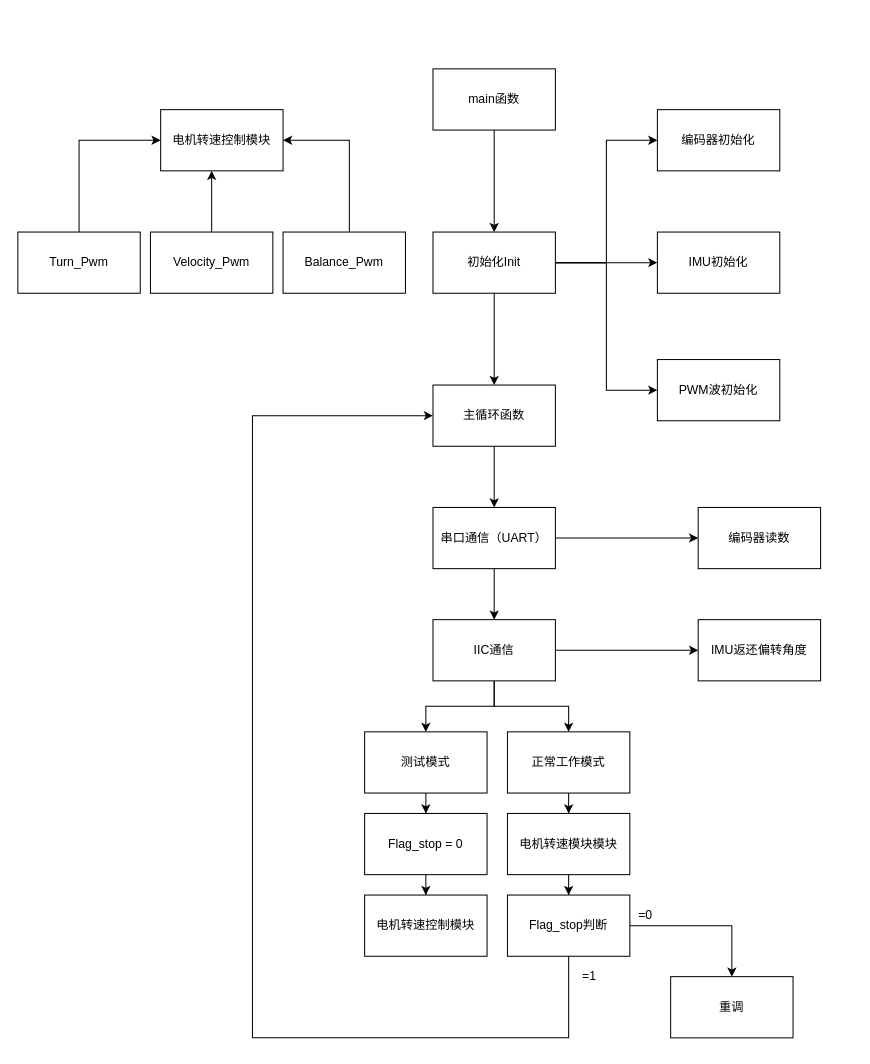
Above: Untitled Diagram.drawio in GUO-RUI-China/Personal-learning-collection (draw.io), before the change. Source tidied: cells renumbered, new cells numbered last; positions are measured from the earlier drawing's top-left corner, leaving out a move shared by most shapes. Both pictures are drawn from the tidied source at 102%, with x=0, y=0 at pixel (17, 68).
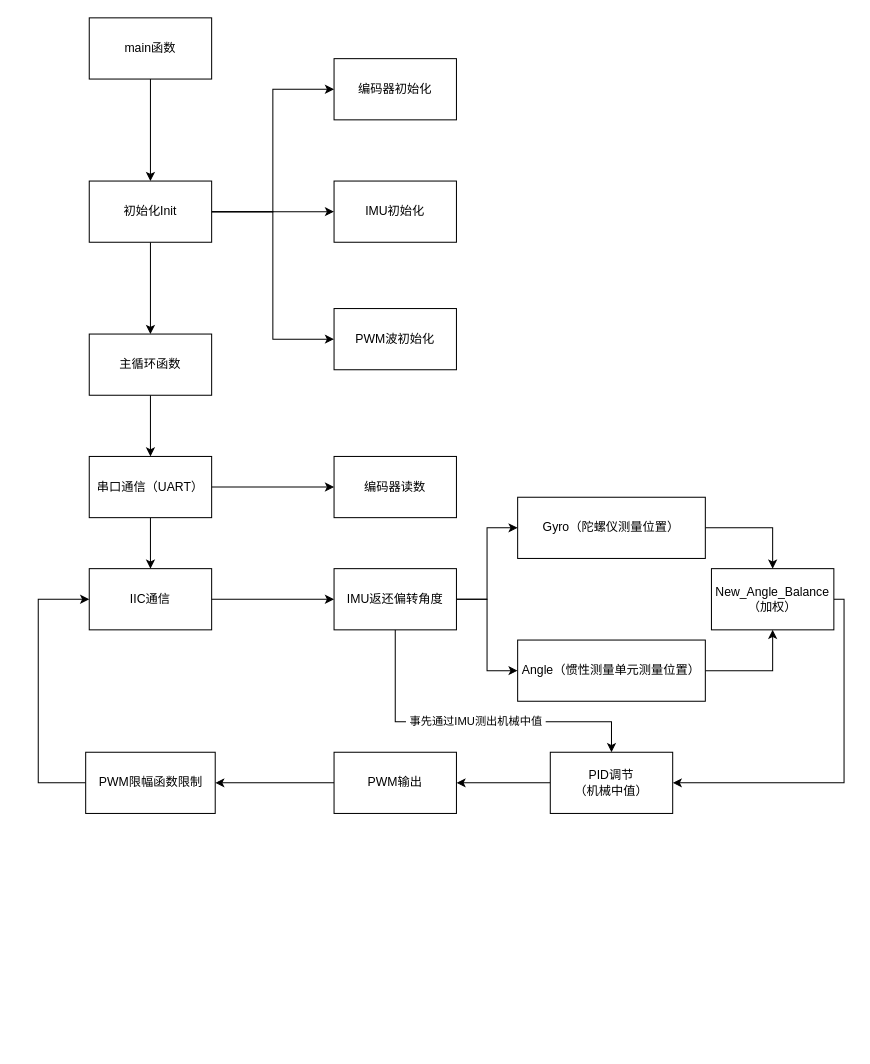
After the change.

Change to the diagram source:
```diff
@@
     <mxCell id="3" value="main函数" style="rounded=0;whiteSpace=wrap;html=1;" parent="1" vertex="1">
-      <mxGeometry x="407" width="120" height="60" as="geometry" />
+      <mxGeometry x="70" y="-50" width="120" height="60" as="geometry" />
     </mxCell>
@@
     <mxCell id="5" value="主循环函数" style="rounded=0;whiteSpace=wrap;html=1;" parent="1" vertex="1">
-      <mxGeometry x="407" y="310" width="120" height="60" as="geometry" />
+      <mxGeometry x="70" y="260" width="120" height="60" as="geometry" />
     </mxCell>
@@
     <mxCell id="8" style="edgeStyle=orthogonalEdgeStyle;rounded=0;jettySize=auto;html=1;exitX=1;exitY=0.5;exitDx=0;exitDy=0;entryX=0;entryY=0.5;entryDx=0;entryDy=0;" parent="1" edge="1" source="10" target="12">
       <mxGeometry relative="1" as="geometry">
         <Array as="points">
-          <mxPoint x="577" y="190" />
-          <mxPoint x="577" y="70" />
+          <mxPoint x="250" y="140" />
+          <mxPoint x="250" y="20" />
         </Array>
       </mxGeometry>
     </mxCell>
@@
     <mxCell id="10" value="初始化Init" style="rounded=0;whiteSpace=wrap;html=1;" parent="1" vertex="1">
-      <mxGeometry x="407" y="160" width="120" height="60" as="geometry" />
+      <mxGeometry x="70" y="110" width="120" height="60" as="geometry" />
     </mxCell>
     <mxCell id="11" value="IMU初始化" style="rounded=0;whiteSpace=wrap;html=1;" parent="1" vertex="1">
-      <mxGeometry x="627" y="160" width="120" height="60" as="geometry" />
+      <mxGeometry x="310" y="110" width="120" height="60" as="geometry" />
     </mxCell>
     <mxCell id="12" value="编码器初始化" style="rounded=0;whiteSpace=wrap;html=1;" parent="1" vertex="1">
-      <mxGeometry x="627" y="40" width="120" height="60" as="geometry" />
+      <mxGeometry x="310" y="-10" width="120" height="60" as="geometry" />
     </mxCell>
     <mxCell id="13" value="PWM波初始化" style="rounded=0;whiteSpace=wrap;html=1;" parent="1" vertex="1">
-      <mxGeometry x="627" y="285" width="120" height="60" as="geometry" />
+      <mxGeometry x="310" y="235" width="120" height="60" as="geometry" />
     </mxCell>
@@
     <mxCell id="16" value="串口通信（UART）" style="rounded=0;whiteSpace=wrap;html=1;" parent="1" vertex="1">
-      <mxGeometry x="407" y="430" width="120" height="60" as="geometry" />
+      <mxGeometry x="70" y="380" width="120" height="60" as="geometry" />
     </mxCell>
     <mxCell id="17" value="编码器读数" style="rounded=0;whiteSpace=wrap;html=1;" parent="1" vertex="1">
-      <mxGeometry x="667" y="430" width="120" height="60" as="geometry" />
+      <mxGeometry x="310" y="380" width="120" height="60" as="geometry" />
     </mxCell>
@@
-    <mxCell id="19" style="edgeStyle=orthogonalEdgeStyle;rounded=0;jettySize=auto;html=1;entryX=0.5;entryY=0;entryDx=0;entryDy=0;exitX=0.5;exitY=1;exitDx=0;exitDy=0;" parent="1" edge="1" source="21" target="24">
-      <mxGeometry relative="1" as="geometry" />
-    </mxCell>
-    <mxCell id="20" style="edgeStyle=orthogonalEdgeStyle;rounded=0;jettySize=auto;html=1;" parent="1" edge="1" source="21" target="26">
-      <mxGeometry relative="1" as="geometry" />
-    </mxCell>
     <mxCell id="21" value="IIC通信" style="rounded=0;whiteSpace=wrap;html=1;" parent="1" vertex="1">
-      <mxGeometry x="407" y="540" width="120" height="60" as="geometry" />
+      <mxGeometry x="70" y="490" width="120" height="60" as="geometry" />
     </mxCell>
+    <mxCell id="45" style="edgeStyle=orthogonalEdgeStyle;rounded=0;jettySize=auto;html=1;entryX=0;entryY=0.5;entryDx=0;entryDy=0;" parent="1" edge="1" source="22" target="50">
+      <mxGeometry relative="1" as="geometry" />
+    </mxCell>
+    <mxCell id="46" style="edgeStyle=orthogonalEdgeStyle;rounded=0;jettySize=auto;html=1;entryX=0;entryY=0.5;entryDx=0;entryDy=0;" parent="1" edge="1" source="22" target="52">
+      <mxGeometry relative="1" as="geometry" />
+    </mxCell>
+    <mxCell id="47" style="edgeStyle=orthogonalEdgeStyle;rounded=0;jettySize=auto;html=1;entryX=0.5;entryY=0;entryDx=0;entryDy=0;" parent="1" edge="1" source="22" target="56">
+      <mxGeometry relative="1" as="geometry">
+        <Array as="points">
+          <mxPoint x="370" y="640" />
+          <mxPoint x="582" y="640" />
+        </Array>
+      </mxGeometry>
+    </mxCell>
+    <mxCell id="48" value="&amp;nbsp;事先通过IMU测出机械中值&amp;nbsp;" style="edgeLabel;html=1;align=center;verticalAlign=middle;" parent="47" vertex="1">
+      <mxGeometry x="0.01" y="1" relative="1" as="geometry" />
+    </mxCell>
     <mxCell id="22" value="IMU返还偏转角度" style="rounded=0;whiteSpace=wrap;html=1;" parent="1" vertex="1">
-      <mxGeometry x="667" y="540" width="120" height="60" as="geometry" />
+      <mxGeometry x="310" y="490" width="120" height="60" as="geometry" />
     </mxCell>
-    <mxCell id="23" style="edgeStyle=orthogonalEdgeStyle;rounded=0;jettySize=auto;html=1;entryX=0.5;entryY=0;entryDx=0;entryDy=0;" parent="1" edge="1" source="24" target="37">
-      <mxGeometry relative="1" as="geometry" />
-    </mxCell>
-    <mxCell id="24" value="测试模式" style="rounded=0;whiteSpace=wrap;html=1;" parent="1" vertex="1">
-      <mxGeometry x="340" y="650" width="120" height="60" as="geometry" />
-    </mxCell>
-    <mxCell id="25" style="edgeStyle=orthogonalEdgeStyle;rounded=0;jettySize=auto;html=1;" parent="1" edge="1" source="26" target="35">
-      <mxGeometry relative="1" as="geometry" />
-    </mxCell>
-    <mxCell id="26" value="正常工作模式" style="rounded=0;whiteSpace=wrap;html=1;" parent="1" vertex="1">
-      <mxGeometry x="480" y="650" width="120" height="60" as="geometry" />
-    </mxCell>
-    <mxCell id="27" value="电机转速控制模块" style="rounded=0;whiteSpace=wrap;html=1;" parent="1" vertex="1">
-      <mxGeometry x="140" y="40" width="120" height="60" as="geometry" />
-    </mxCell>
-    <mxCell id="28" style="edgeStyle=orthogonalEdgeStyle;rounded=0;jettySize=auto;html=1;entryX=1;entryY=0.5;entryDx=0;entryDy=0;" parent="1" edge="1" source="29" target="27">
-      <mxGeometry relative="1" as="geometry">
-        <Array as="points">
-          <mxPoint x="325" y="70" />
-        </Array>
-      </mxGeometry>
-    </mxCell>
-    <mxCell id="29" value="Balance_Pwm" style="rounded=0;whiteSpace=wrap;html=1;" parent="1" vertex="1">
-      <mxGeometry x="260" y="160" width="120" height="60" as="geometry" />
-    </mxCell>
-    <mxCell id="30" style="edgeStyle=orthogonalEdgeStyle;rounded=0;jettySize=auto;html=1;" parent="1" edge="1" source="31" target="27">
-      <mxGeometry relative="1" as="geometry">
-        <Array as="points">
-          <mxPoint x="190" y="120" />
-          <mxPoint x="190" y="120" />
-        </Array>
-      </mxGeometry>
-    </mxCell>
-    <mxCell id="31" value="Velocity_Pwm" style="rounded=0;whiteSpace=wrap;html=1;" parent="1" vertex="1">
-      <mxGeometry x="130" y="160" width="120" height="60" as="geometry" />
-    </mxCell>
-    <mxCell id="32" style="edgeStyle=orthogonalEdgeStyle;rounded=0;jettySize=auto;html=1;entryX=0;entryY=0.5;entryDx=0;entryDy=0;" parent="1" edge="1" source="33" target="27">
-      <mxGeometry relative="1" as="geometry">
-        <Array as="points">
-          <mxPoint x="60" y="70" />
-        </Array>
-      </mxGeometry>
-    </mxCell>
-    <mxCell id="33" value="Turn_Pwm" style="rounded=0;whiteSpace=wrap;html=1;" parent="1" vertex="1">
-      <mxGeometry y="160" width="120" height="60" as="geometry" />
-    </mxCell>
-    <mxCell id="34" style="edgeStyle=orthogonalEdgeStyle;rounded=0;jettySize=auto;html=1;" parent="1" edge="1" source="35" target="41">
-      <mxGeometry relative="1" as="geometry" />
-    </mxCell>
-    <mxCell id="35" value="电机转速模块模块" style="rounded=0;whiteSpace=wrap;html=1;" parent="1" vertex="1">
-      <mxGeometry x="480" y="730" width="120" height="60" as="geometry" />
-    </mxCell>
-    <mxCell id="36" style="edgeStyle=orthogonalEdgeStyle;rounded=0;jettySize=auto;html=1;" parent="1" edge="1" source="37" target="38">
-      <mxGeometry relative="1" as="geometry" />
-    </mxCell>
-    <mxCell id="37" value="Flag_stop = 0" style="rounded=0;whiteSpace=wrap;html=1;" parent="1" vertex="1">
-      <mxGeometry x="340" y="730" width="120" height="60" as="geometry" />
-    </mxCell>
-    <mxCell id="38" value="电机转速控制模块" style="rounded=0;whiteSpace=wrap;html=1;" parent="1" vertex="1">
-      <mxGeometry x="340" y="810" width="120" height="60" as="geometry" />
-    </mxCell>
-    <mxCell id="39" style="edgeStyle=orthogonalEdgeStyle;rounded=0;jettySize=auto;html=1;entryX=0;entryY=0.5;entryDx=0;entryDy=0;" parent="1" edge="1" source="41" target="5">
-      <mxGeometry relative="1" as="geometry">
-        <Array as="points">
-          <mxPoint x="540" y="950" />
-          <mxPoint x="230" y="950" />
-          <mxPoint x="230" y="340" />
-        </Array>
-      </mxGeometry>
-    </mxCell>
-    <mxCell id="40" style="edgeStyle=orthogonalEdgeStyle;rounded=0;jettySize=auto;html=1;" parent="1" edge="1" source="41" target="43">
-      <mxGeometry relative="1" as="geometry" />
-    </mxCell>
-    <mxCell id="41" value="Flag_stop判断" style="rounded=0;whiteSpace=wrap;html=1;" parent="1" vertex="1">
-      <mxGeometry x="480" y="810" width="120" height="60" as="geometry" />
-    </mxCell>
-    <mxCell id="42" value="=0" style="text;html=1;align=center;verticalAlign=middle;" parent="1" vertex="1">
-      <mxGeometry x="600" y="820" width="30" height="20" as="geometry" />
-    </mxCell>
-    <mxCell id="43" value="重调" style="rounded=0;whiteSpace=wrap;html=1;" parent="1" vertex="1">
-      <mxGeometry x="640" y="890" width="120" height="60" as="geometry" />
-    </mxCell>
-    <mxCell id="44" value="=1" style="text;html=1;align=center;verticalAlign=middle;" parent="1" vertex="1">
-      <mxGeometry x="545" y="880" width="30" height="20" as="geometry" />
-    </mxCell>
+    <mxCell id="49" style="edgeStyle=orthogonalEdgeStyle;rounded=0;jettySize=auto;html=1;entryX=0.5;entryY=0;entryDx=0;entryDy=0;" parent="1" edge="1" source="50" target="54">
+      <mxGeometry relative="1" as="geometry" />
+    </mxCell>
+    <mxCell id="50" value="Gyro（陀螺仪测量位置）" style="rounded=0;whiteSpace=wrap;html=1;imageWidth=24;" parent="1" vertex="1">
+      <mxGeometry x="490" y="420" width="184" height="60" as="geometry" />
+    </mxCell>
+    <mxCell id="51" style="edgeStyle=orthogonalEdgeStyle;rounded=0;jettySize=auto;html=1;entryX=0.5;entryY=1;entryDx=0;entryDy=0;" parent="1" edge="1" source="52" target="54">
+      <mxGeometry relative="1" as="geometry" />
+    </mxCell>
+    <mxCell id="52" value="Angle（惯性测量单元测量位置）" style="rounded=0;whiteSpace=wrap;html=1;" parent="1" vertex="1">
+      <mxGeometry x="490" y="560" width="184" height="60" as="geometry" />
+    </mxCell>
+    <mxCell id="53" style="edgeStyle=orthogonalEdgeStyle;rounded=0;jettySize=auto;html=1;entryX=1;entryY=0.5;entryDx=0;entryDy=0;" parent="1" edge="1" source="54" target="56">
+      <mxGeometry relative="1" as="geometry">
+        <Array as="points">
+          <mxPoint x="810" y="520" />
+          <mxPoint x="810" y="700" />
+        </Array>
+      </mxGeometry>
+    </mxCell>
+    <mxCell id="54" value="New_Angle_Balance&lt;br&gt;（加权）" style="rounded=0;whiteSpace=wrap;html=1;" parent="1" vertex="1">
+      <mxGeometry x="680" y="490" width="120" height="60" as="geometry" />
+    </mxCell>
+    <mxCell id="55" style="edgeStyle=orthogonalEdgeStyle;rounded=0;jettySize=auto;html=1;entryX=1;entryY=0.5;entryDx=0;entryDy=0;" parent="1" edge="1" source="56" target="60">
+      <mxGeometry relative="1" as="geometry" />
+    </mxCell>
+    <mxCell id="56" value="PID调节&lt;br&gt;（机械中值）" style="rounded=0;whiteSpace=wrap;html=1;" parent="1" vertex="1">
+      <mxGeometry x="522" y="670" width="120" height="60" as="geometry" />
+    </mxCell>
+    <mxCell id="57" style="edgeStyle=orthogonalEdgeStyle;rounded=0;jettySize=auto;html=1;entryX=0;entryY=0.5;entryDx=0;entryDy=0;" parent="1" edge="1" source="58" target="21">
+      <mxGeometry relative="1" as="geometry">
+        <Array as="points">
+          <mxPoint x="20" y="700" />
+          <mxPoint x="20" y="520" />
+        </Array>
+      </mxGeometry>
+    </mxCell>
+    <mxCell id="58" value="PWM限幅函数限制" style="rounded=0;whiteSpace=wrap;html=1;" parent="1" vertex="1">
+      <mxGeometry x="66.5" y="670" width="127" height="60" as="geometry" />
+    </mxCell>
+    <mxCell id="59" style="edgeStyle=orthogonalEdgeStyle;rounded=0;jettySize=auto;html=1;entryX=1;entryY=0.5;entryDx=0;entryDy=0;" parent="1" edge="1" source="60" target="58">
+      <mxGeometry relative="1" as="geometry" />
+    </mxCell>
+    <mxCell id="60" value="PWM输出" style="rounded=0;whiteSpace=wrap;html=1;" parent="1" vertex="1">
+      <mxGeometry x="310" y="670" width="120" height="60" as="geometry" />
+    </mxCell>
```
